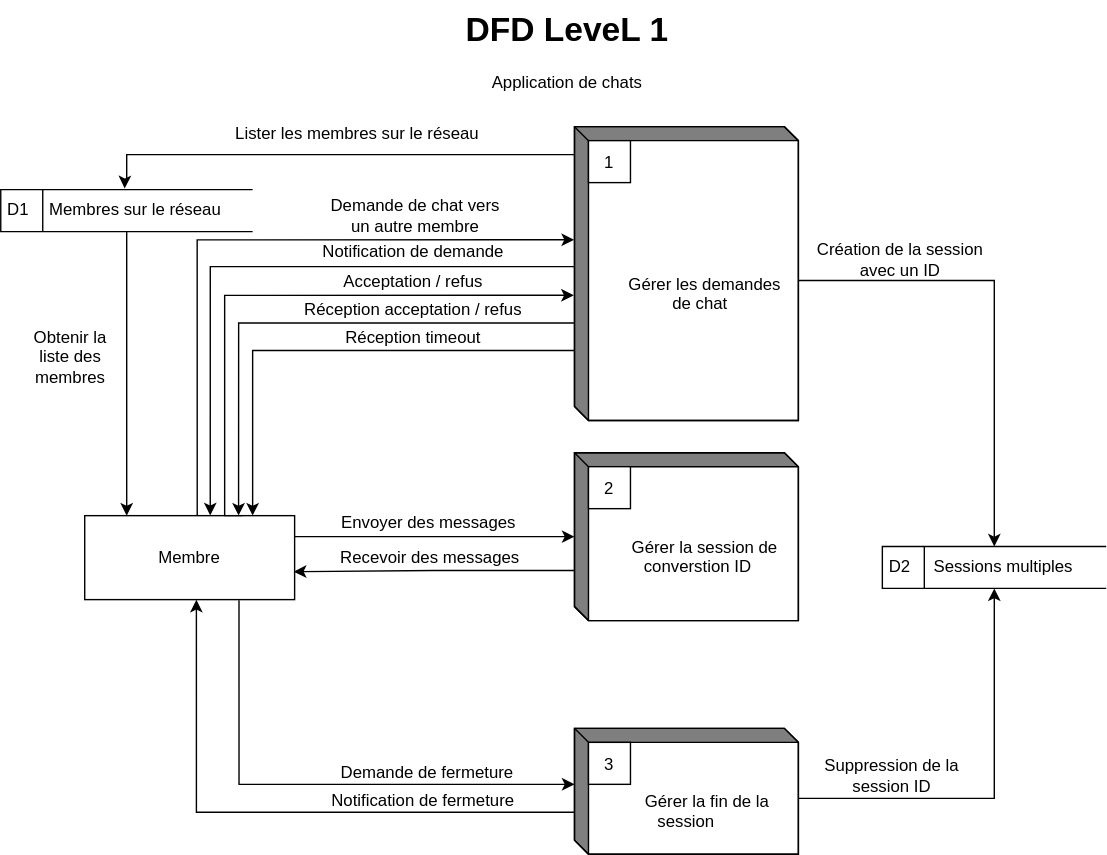
Above: docs/dfd.drawio.svg in samuelroland/poneytoponey (draw.io), before the change. Source tidied: cells renumbered, new cells last; positions are measured from the earlier drawing's top-left corner, leaving out a move shared by most shapes.
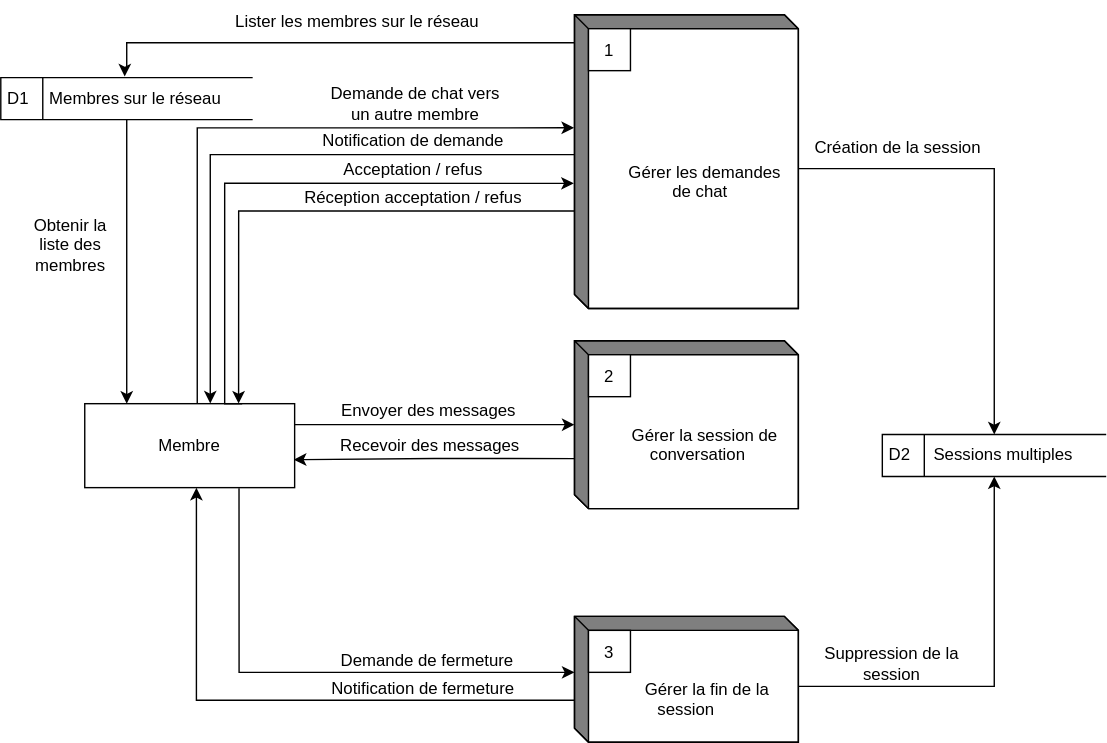
Above is the later version.

Diff of the diagram source:
```diff
@@ -24,7 +24,7 @@
     <mxCell id="6" style="edgeStyle=orthogonalEdgeStyle;rounded=0;jettySize=auto;html=1;exitX=0.005;exitY=0.702;exitDx=0;exitDy=0;exitPerimeter=0;entryX=0.996;entryY=0.667;entryDx=0;entryDy=0;entryPerimeter=0;" parent="1" edge="1" source="7" target="16">
       <mxGeometry relative="1" as="geometry" />
     </mxCell>
-    <mxCell id="7" value="&lt;div&gt;&lt;br&gt;&lt;/div&gt;&lt;div&gt;&lt;br&gt;&lt;/div&gt;&lt;div&gt;&amp;nbsp; &amp;nbsp; &amp;nbsp; &amp;nbsp; &amp;nbsp;Gérer la session de&amp;nbsp;&lt;/div&gt;&lt;div&gt;&amp;nbsp; &amp;nbsp; &amp;nbsp;converstion ID&lt;/div&gt;" style="html=1;dashed=0;whiteSpace=wrap;shape=mxgraph.dfd.externalEntity;" parent="1" vertex="1">
+    <mxCell id="7" value="&lt;div&gt;&lt;br&gt;&lt;/div&gt;&lt;div&gt;&lt;br&gt;&lt;/div&gt;&lt;div&gt;&amp;nbsp; &amp;nbsp; &amp;nbsp; &amp;nbsp; &amp;nbsp;Gérer la session de&amp;nbsp;&lt;/div&gt;&lt;div&gt;&amp;nbsp; &amp;nbsp; &amp;nbsp;conversation&lt;/div&gt;" style="html=1;dashed=0;whiteSpace=wrap;shape=mxgraph.dfd.externalEntity;" parent="1" vertex="1">
       <mxGeometry x="410" y="323" width="160" height="120" as="geometry" />
     </mxCell>
     <mxCell id="8" value="2" style="strokeColor=inherit;fillColor=inherit;gradientColor=inherit;" parent="7" vertex="1">
@@ -82,9 +82,6 @@
     <mxCell id="21" value="Demande de chat vers un autre membre" style="text;html=1;whiteSpace=wrap;strokeColor=none;fillColor=none;align=center;verticalAlign=middle;rounded=0;" parent="1" vertex="1">
       <mxGeometry x="234" y="139" width="125" height="30" as="geometry" />
     </mxCell>
-    <mxCell id="22" value="&lt;h1 style=&quot;margin-top: 0px;&quot; align=&quot;center&quot;&gt;DFD LeveL 1&lt;/h1&gt;&lt;p align=&quot;center&quot;&gt;Application de chats&lt;/p&gt;" style="text;html=1;whiteSpace=wrap;overflow=hidden;rounded=0;align=center;" parent="1" vertex="1">
-      <mxGeometry x="315" width="180" height="120" as="geometry" />
-    </mxCell>
     <mxCell id="23" style="edgeStyle=orthogonalEdgeStyle;rounded=0;jettySize=auto;html=1;exitX=0;exitY=0;exitDx=0;exitDy=100;exitPerimeter=0;entryX=0.598;entryY=-0.003;entryDx=0;entryDy=0;entryPerimeter=0;" parent="1" edge="1" source="4" target="16">
       <mxGeometry relative="1" as="geometry" />
     </mxCell>
@@ -109,13 +106,7 @@
     <mxCell id="28" value="Réception acceptation / refus" style="text;html=1;whiteSpace=wrap;strokeColor=none;fillColor=none;align=center;verticalAlign=middle;rounded=0;" parent="1" vertex="1">
       <mxGeometry x="190" y="206" width="210" height="30" as="geometry" />
     </mxCell>
-    <mxCell id="29" style="edgeStyle=orthogonalEdgeStyle;rounded=0;jettySize=auto;html=1;exitX=0;exitY=0.762;exitDx=0;exitDy=0;exitPerimeter=0;entryX=0.8;entryY=-0.001;entryDx=0;entryDy=0;entryPerimeter=0;" parent="1" edge="1" source="4" target="16">
-      <mxGeometry relative="1" as="geometry" />
-    </mxCell>
-    <mxCell id="30" value="Réception timeout" style="text;html=1;whiteSpace=wrap;strokeColor=none;fillColor=none;align=center;verticalAlign=middle;rounded=0;" parent="1" vertex="1">
-      <mxGeometry x="240" y="226" width="110" height="30" as="geometry" />
-    </mxCell>
-    <mxCell id="31" value="Création de la session avec un ID" style="text;html=1;whiteSpace=wrap;strokeColor=none;fillColor=none;align=center;verticalAlign=middle;rounded=0;" parent="1" vertex="1">
+    <mxCell id="31" value="Création de la session&amp;nbsp;" style="text;html=1;whiteSpace=wrap;strokeColor=none;fillColor=none;align=center;verticalAlign=middle;rounded=0;" parent="1" vertex="1">
       <mxGeometry x="578" y="170" width="130" height="30" as="geometry" />
     </mxCell>
     <mxCell id="32" value="Envoyer des messages" style="text;html=1;whiteSpace=wrap;strokeColor=none;fillColor=none;align=center;verticalAlign=middle;rounded=0;" parent="1" vertex="1">
@@ -133,7 +124,7 @@
     <mxCell id="36" value="Notification de fermeture" style="text;html=1;whiteSpace=wrap;strokeColor=none;fillColor=none;align=center;verticalAlign=middle;rounded=0;" parent="1" vertex="1">
       <mxGeometry x="232" y="557" width="140" height="30" as="geometry" />
     </mxCell>
-    <mxCell id="37" value="Suppression de la session ID" style="text;html=1;whiteSpace=wrap;strokeColor=none;fillColor=none;align=center;verticalAlign=middle;rounded=0;" parent="1" vertex="1">
+    <mxCell id="37" value="Suppression de la session" style="text;html=1;whiteSpace=wrap;strokeColor=none;fillColor=none;align=center;verticalAlign=middle;rounded=0;" parent="1" vertex="1">
       <mxGeometry x="587" y="539" width="100" height="30" as="geometry" />
     </mxCell>
   </root>
```
